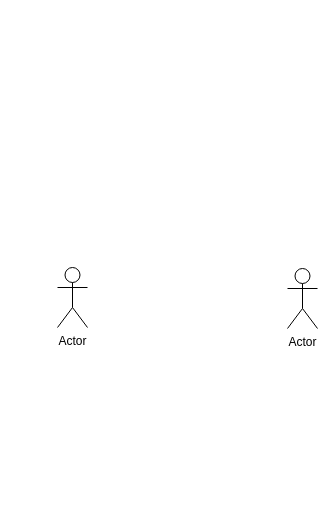
Earlier version of the draw.io diagram hexason.drawio (cybinon/docs). Source tidied: cells renumbered, new cells numbered last; positions are measured from the earlier drawing's top-left corner, leaving out a move shared by most shapes. Both pictures are drawn from the tidied source at 100%, with x=0, y=0 at pixel (57, 267).
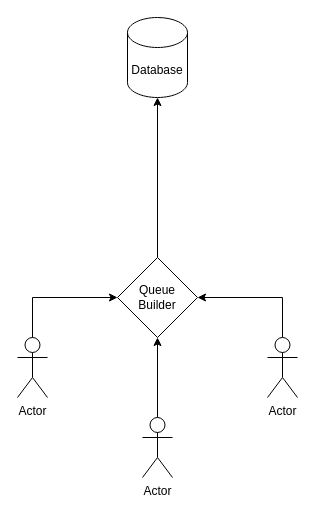
Above is the later version.

Diff of the diagram source:
```diff
@@
 <mxGraphModel>
   <root>
     <mxCell id="0" />
     <mxCell id="1" parent="0" />
+    <mxCell id="4" style="edgeStyle=orthogonalEdgeStyle;rounded=0;jettySize=auto;html=1;entryX=0;entryY=0.5;entryDx=0;entryDy=0;exitX=0.5;exitY=0;exitDx=0;exitDy=0;exitPerimeter=0;" parent="1" edge="1" source="2" target="7">
+      <mxGeometry relative="1" as="geometry" />
+    </mxCell>
     <mxCell id="2" value="Actor" style="shape=umlActor;verticalLabelPosition=bottom;verticalAlign=top;html=1;outlineConnect=0;" parent="1" vertex="1">
-      <mxGeometry width="30" height="60" as="geometry" />
+      <mxGeometry x="-40" y="70" width="30" height="60" as="geometry" />
     </mxCell>
+    <mxCell id="5" style="edgeStyle=orthogonalEdgeStyle;rounded=0;jettySize=auto;html=1;entryX=1;entryY=0.5;entryDx=0;entryDy=0;exitX=0.5;exitY=0;exitDx=0;exitDy=0;exitPerimeter=0;" parent="1" edge="1" source="3" target="7">
+      <mxGeometry relative="1" as="geometry" />
+    </mxCell>
     <mxCell id="3" value="Actor" style="shape=umlActor;verticalLabelPosition=bottom;verticalAlign=top;html=1;outlineConnect=0;" parent="1" vertex="1">
-      <mxGeometry x="230" y="1" width="30" height="60" as="geometry" />
+      <mxGeometry x="210" y="70" width="30" height="60" as="geometry" />
     </mxCell>
+    <mxCell id="6" style="edgeStyle=orthogonalEdgeStyle;rounded=0;jettySize=auto;html=1;entryX=0.5;entryY=1;entryDx=0;entryDy=0;entryPerimeter=0;" parent="1" edge="1" source="7" target="8">
+      <mxGeometry relative="1" as="geometry" />
+    </mxCell>
+    <mxCell id="7" value="Queue&lt;br&gt;Builder" style="rhombus;whiteSpace=wrap;html=1;" parent="1" vertex="1">
+      <mxGeometry x="60" y="-10" width="80" height="80" as="geometry" />
+    </mxCell>
+    <mxCell id="8" value="Database" style="shape=cylinder3;whiteSpace=wrap;html=1;boundedLbl=1;backgroundOutline=1;size=15;" parent="1" vertex="1">
+      <mxGeometry x="70" y="-250" width="60" height="80" as="geometry" />
+    </mxCell>
+    <mxCell id="9" style="edgeStyle=orthogonalEdgeStyle;rounded=0;jettySize=auto;html=1;entryX=0.5;entryY=1;entryDx=0;entryDy=0;" parent="1" edge="1" source="10" target="7">
+      <mxGeometry relative="1" as="geometry" />
+    </mxCell>
+    <mxCell id="10" value="Actor" style="shape=umlActor;verticalLabelPosition=bottom;verticalAlign=top;html=1;outlineConnect=0;" parent="1" vertex="1">
+      <mxGeometry x="85" y="150" width="30" height="60" as="geometry" />
+    </mxCell>
   </root>
 </mxGraphModel>
```
